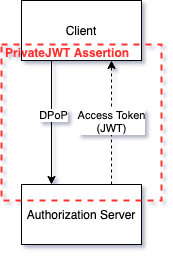
Before: doc/img/SOLID_CC.png, a diagram exported from draw.io (zntrio/solid). Source tidied: cells renumbered, new cells last; positions are measured from the earlier drawing's top-left corner, leaving out a move shared by most shapes.
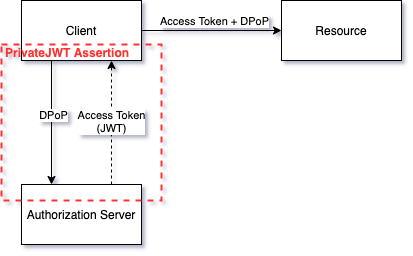
After the commit.

Commit message:
doc(oidc): update flow schema.

What changed in the source:
```diff
@@ -8,6 +8,14 @@
     <mxCell id="3" value="DPoP" style="edgeLabel;html=1;align=center;verticalAlign=middle;" parent="2" vertex="1">
       <mxGeometry x="-0.13" y="1" relative="1" as="geometry" />
     </mxCell>
+    <mxCell id="9" style="edgeStyle=orthogonalEdgeStyle;rounded=0;jettySize=auto;html=1;entryX=0;entryY=0.5;entryDx=0;entryDy=0;" parent="1" edge="1" source="4" target="11">
+      <mxGeometry relative="1" as="geometry" />
+    </mxCell>
+    <mxCell id="10" value="Access Token + DPoP" style="edgeLabel;html=1;align=center;verticalAlign=middle;" parent="9" vertex="1">
+      <mxGeometry x="-0.19" y="3" relative="1" as="geometry">
+        <mxPoint x="15" y="-7" as="offset" />
+      </mxGeometry>
+    </mxCell>
     <mxCell id="4" value="Client" style="rounded=0;whiteSpace=wrap;html=1;" parent="1" vertex="1">
       <mxGeometry x="20" width="120" height="60" as="geometry" />
     </mxCell>
@@ -25,5 +33,8 @@
     <mxCell id="8" value="PrivateJWT Assertion" style="html=1;fontColor=#FF3333;fontStyle=1;align=left;verticalAlign=top;spacing=0;labelBorderColor=none;fillColor=none;dashed=1;strokeWidth=2;strokeColor=#FF3333;spacingLeft=4;spacingTop=-3;" parent="1" vertex="1">
       <mxGeometry y="44" width="160" height="156" as="geometry" />
     </mxCell>
+    <mxCell id="11" value="Resource" style="rounded=0;whiteSpace=wrap;html=1;" parent="1" vertex="1">
+      <mxGeometry x="280" width="120" height="60" as="geometry" />
+    </mxCell>
   </root>
 </mxGraphModel>
```
